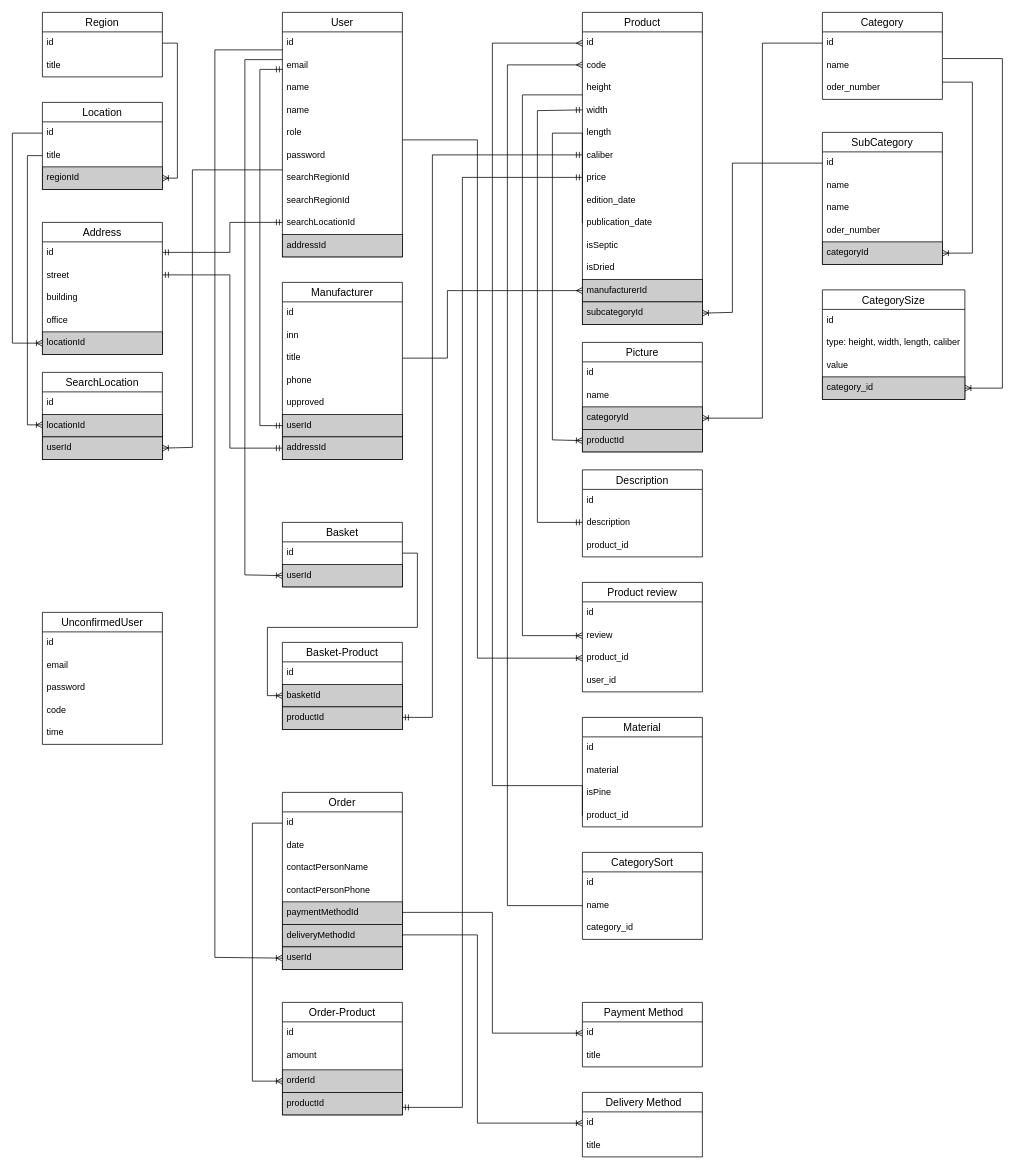
Above: lesopilka.drawio in alexeyk500/lesopilka_backend (draw.io), before the change. Source tidied: cells renumbered, new cells numbered last; positions are measured from the earlier drawing's top-left corner, leaving out a move shared by most shapes. Both pictures are drawn from the tidied source at 75%, with x=0, y=0 at pixel (12, 12).
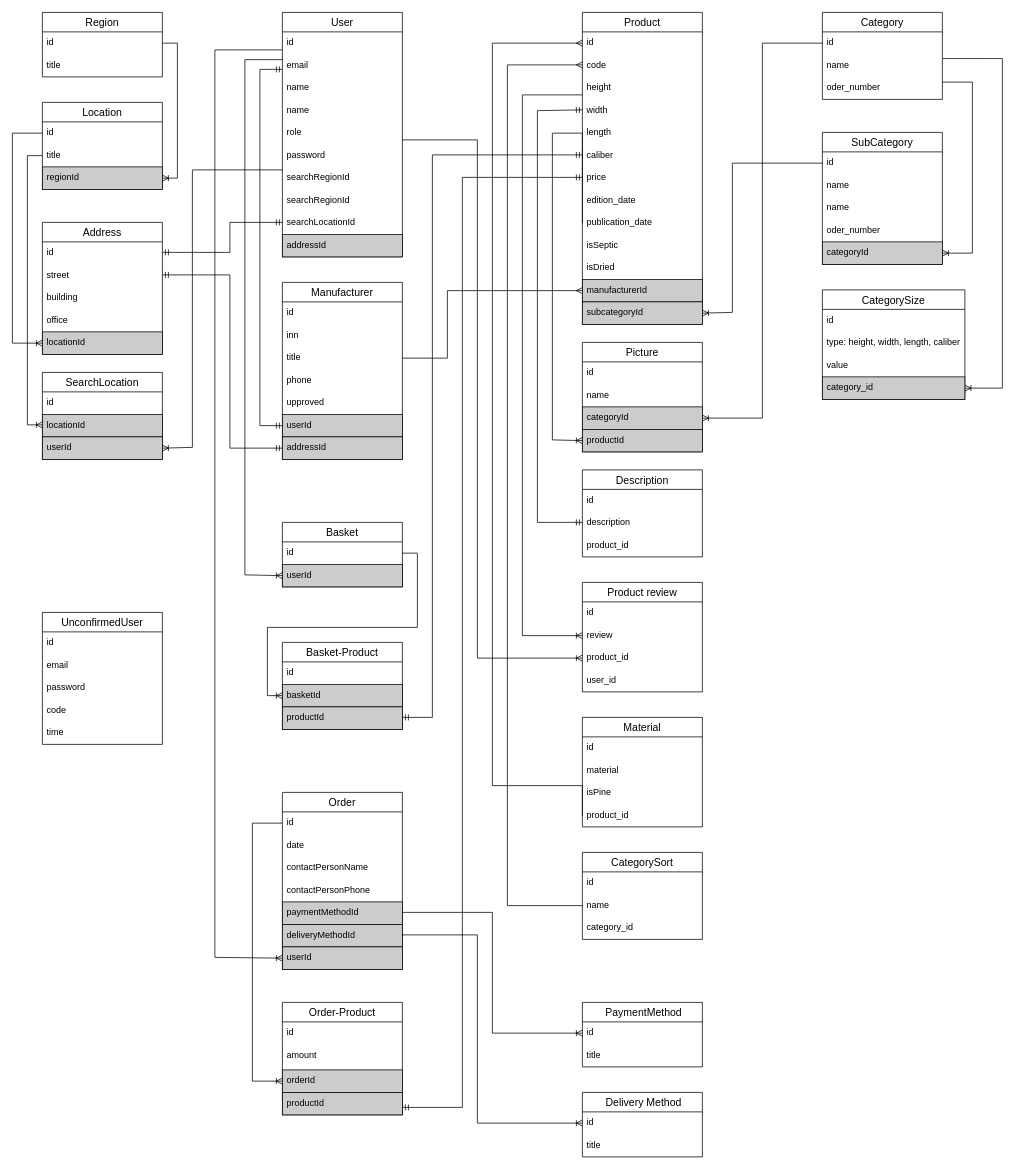
After the change.

What changed in the source:
```diff
@@
-    <mxCell id="138" value=" Payment Method" style="swimlane;fontStyle=0;horizontal=1;startSize=26;align=center;fontSize=14;" parent="1" vertex="1">
+    <mxCell id="138" value=" PaymentMethod" style="swimlane;fontStyle=0;horizontal=1;startSize=26;align=center;fontSize=14;" parent="1" vertex="1">
       <mxGeometry x="760" y="1320" width="160" height="86" as="geometry" />
     </mxCell>
```
